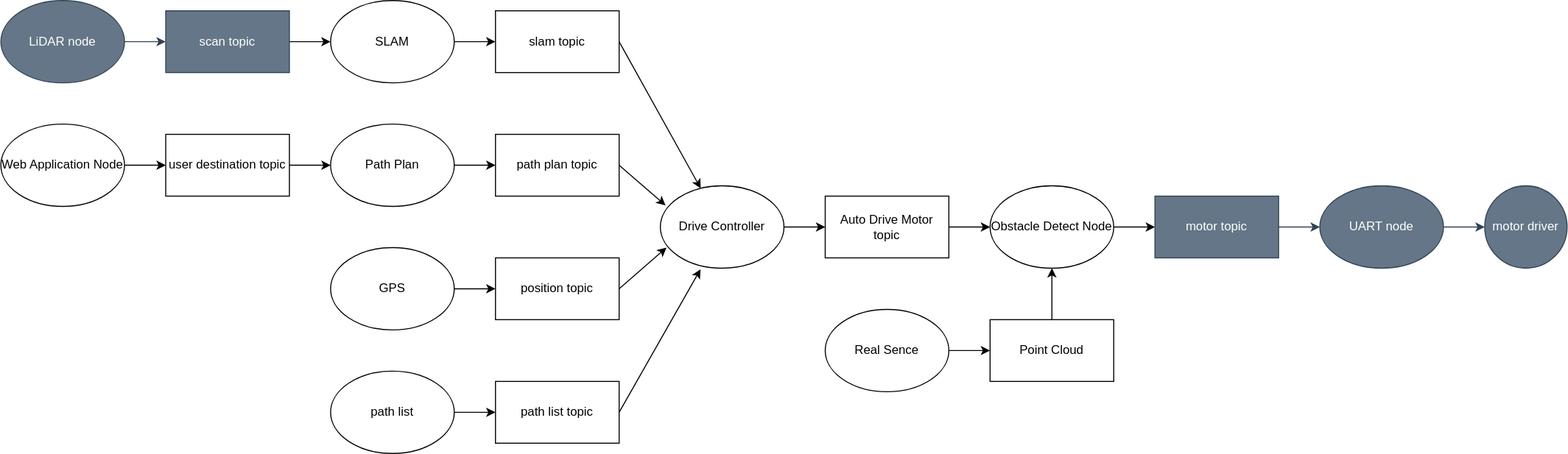
Above: 構成図.drawio.svg in iCCD-MovingBoard/Ugokuita_ws (draw.io), before the change. Source tidied: cells renumbered, new cells last; positions are measured from the earlier drawing's top-left corner, leaving out a move shared by most shapes.
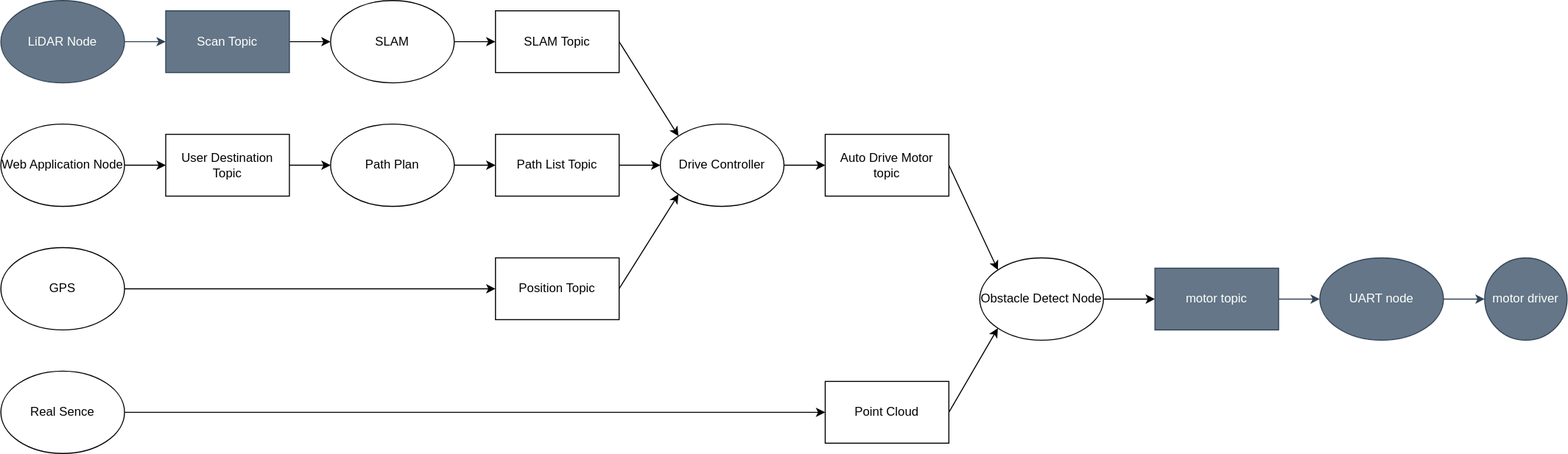
After the commit.

Commit message:
図の表記ゆれとレイアウトの修正

The edit, as a diff of the source:
```diff
@@ -5,7 +5,7 @@
     <mxCell id="2" style="edgeStyle=none;html=1;exitX=1;exitY=0.5;exitDx=0;exitDy=0;entryX=0;entryY=0.5;entryDx=0;entryDy=0;fillColor=#647687;strokeColor=#314354;" parent="1" edge="1" source="3" target="11">
       <mxGeometry relative="1" as="geometry" />
     </mxCell>
-    <mxCell id="3" value="LiDAR node" style="ellipse;whiteSpace=wrap;html=1;fillColor=#647687;strokeColor=#314354;fontColor=#ffffff;" parent="1" vertex="1">
+    <mxCell id="3" value="LiDAR Node" style="ellipse;whiteSpace=wrap;html=1;fillColor=#647687;strokeColor=#314354;fontColor=#ffffff;" parent="1" vertex="1">
       <mxGeometry width="120" height="80" as="geometry" />
     </mxCell>
     <mxCell id="4" style="edgeStyle=none;html=1;exitX=1;exitY=0.5;exitDx=0;exitDy=0;entryX=0;entryY=0.5;entryDx=0;entryDy=0;" parent="1" edge="1" source="5" target="17">
@@ -29,95 +29,83 @@
     <mxCell id="10" style="edgeStyle=none;html=1;exitX=1;exitY=0.5;exitDx=0;exitDy=0;entryX=0;entryY=0.5;entryDx=0;entryDy=0;" parent="1" edge="1" source="11" target="9">
       <mxGeometry relative="1" as="geometry" />
     </mxCell>
-    <mxCell id="11" value="scan topic" style="rounded=0;whiteSpace=wrap;html=1;fillColor=#647687;strokeColor=#314354;fontColor=#ffffff;" parent="1" vertex="1">
+    <mxCell id="11" value="Scan Topic" style="rounded=0;whiteSpace=wrap;html=1;fillColor=#647687;strokeColor=#314354;fontColor=#ffffff;" parent="1" vertex="1">
       <mxGeometry x="160" y="10" width="120" height="60" as="geometry" />
     </mxCell>
     <mxCell id="12" style="edgeStyle=none;html=1;exitX=1;exitY=0.5;exitDx=0;exitDy=0;entryX=0;entryY=0.5;entryDx=0;entryDy=0;" parent="1" edge="1" source="13" target="5">
       <mxGeometry relative="1" as="geometry" />
     </mxCell>
-    <mxCell id="13" value="user destination topic" style="rounded=0;whiteSpace=wrap;html=1;" parent="1" vertex="1">
+    <mxCell id="13" value="User Destination Topic" style="rounded=0;whiteSpace=wrap;html=1;" parent="1" vertex="1">
       <mxGeometry x="160" y="130" width="120" height="60" as="geometry" />
     </mxCell>
-    <mxCell id="14" style="edgeStyle=none;html=1;exitX=1;exitY=0.5;exitDx=0;exitDy=0;" parent="1" edge="1" source="15" target="19">
+    <mxCell id="14" style="edgeStyle=none;html=1;exitX=1;exitY=0.5;exitDx=0;exitDy=0;entryX=0;entryY=0;entryDx=0;entryDy=0;" parent="1" edge="1" source="15" target="19">
       <mxGeometry relative="1" as="geometry" />
     </mxCell>
-    <mxCell id="15" value="slam topic" style="rounded=0;whiteSpace=wrap;html=1;" parent="1" vertex="1">
+    <mxCell id="15" value="SLAM Topic" style="rounded=0;whiteSpace=wrap;html=1;" parent="1" vertex="1">
       <mxGeometry x="480" y="10" width="120" height="60" as="geometry" />
     </mxCell>
-    <mxCell id="16" style="edgeStyle=none;html=1;exitX=1;exitY=0.5;exitDx=0;exitDy=0;entryX=0.042;entryY=0.238;entryDx=0;entryDy=0;entryPerimeter=0;" parent="1" edge="1" source="17" target="19">
+    <mxCell id="16" style="edgeStyle=none;html=1;exitX=1;exitY=0.5;exitDx=0;exitDy=0;entryX=0;entryY=0.5;entryDx=0;entryDy=0;" parent="1" edge="1" source="17" target="19">
       <mxGeometry relative="1" as="geometry" />
     </mxCell>
-    <mxCell id="17" value="path plan topic" style="rounded=0;whiteSpace=wrap;html=1;" parent="1" vertex="1">
+    <mxCell id="17" value="Path List Topic" style="rounded=0;whiteSpace=wrap;html=1;" parent="1" vertex="1">
       <mxGeometry x="480" y="130" width="120" height="60" as="geometry" />
     </mxCell>
     <mxCell id="18" style="edgeStyle=none;html=1;exitX=1;exitY=0.5;exitDx=0;exitDy=0;entryX=0;entryY=0.5;entryDx=0;entryDy=0;" parent="1" edge="1" source="19" target="29">
       <mxGeometry relative="1" as="geometry" />
     </mxCell>
     <mxCell id="19" value="Drive Controller" style="ellipse;whiteSpace=wrap;html=1;" parent="1" vertex="1">
-      <mxGeometry x="640" y="180" width="120" height="80" as="geometry" />
+      <mxGeometry x="640" y="120" width="120" height="80" as="geometry" />
     </mxCell>
-    <mxCell id="20" style="edgeStyle=none;html=1;exitX=1;exitY=0.5;exitDx=0;exitDy=0;entryX=0.05;entryY=0.75;entryDx=0;entryDy=0;entryPerimeter=0;" parent="1" edge="1" source="21" target="19">
+    <mxCell id="20" style="edgeStyle=none;html=1;exitX=1;exitY=0.5;exitDx=0;exitDy=0;entryX=0;entryY=1;entryDx=0;entryDy=0;" parent="1" edge="1" source="21" target="19">
       <mxGeometry relative="1" as="geometry" />
     </mxCell>
-    <mxCell id="21" value="position topic" style="rounded=0;whiteSpace=wrap;html=1;" parent="1" vertex="1">
+    <mxCell id="21" value="Position Topic" style="rounded=0;whiteSpace=wrap;html=1;" parent="1" vertex="1">
       <mxGeometry x="480" y="250" width="120" height="60" as="geometry" />
     </mxCell>
-    <mxCell id="22" style="edgeStyle=none;html=1;exitX=1;exitY=0.5;exitDx=0;exitDy=0;entryX=0.325;entryY=1.013;entryDx=0;entryDy=0;entryPerimeter=0;" parent="1" edge="1" source="23" target="19">
-      <mxGeometry relative="1" as="geometry" />
-    </mxCell>
-    <mxCell id="23" value="path list topic" style="rounded=0;whiteSpace=wrap;html=1;" parent="1" vertex="1">
-      <mxGeometry x="480" y="370" width="120" height="60" as="geometry" />
-    </mxCell>
     <mxCell id="24" style="edgeStyle=none;html=1;exitX=1;exitY=0.5;exitDx=0;exitDy=0;entryX=0;entryY=0.5;entryDx=0;entryDy=0;" parent="1" edge="1" source="25" target="21">
       <mxGeometry relative="1" as="geometry" />
     </mxCell>
     <mxCell id="25" value="GPS" style="ellipse;whiteSpace=wrap;html=1;" parent="1" vertex="1">
-      <mxGeometry x="320" y="240" width="120" height="80" as="geometry" />
+      <mxGeometry y="240" width="120" height="80" as="geometry" />
     </mxCell>
-    <mxCell id="26" style="edgeStyle=none;html=1;exitX=1;exitY=0.5;exitDx=0;exitDy=0;entryX=0;entryY=0.5;entryDx=0;entryDy=0;" parent="1" edge="1" source="27" target="23">
-      <mxGeometry relative="1" as="geometry" />
-    </mxCell>
-    <mxCell id="27" value="path list" style="ellipse;whiteSpace=wrap;html=1;" parent="1" vertex="1">
-      <mxGeometry x="320" y="360" width="120" height="80" as="geometry" />
-    </mxCell>
-    <mxCell id="28" style="edgeStyle=none;html=1;exitX=1;exitY=0.5;exitDx=0;exitDy=0;entryX=0;entryY=0.5;entryDx=0;entryDy=0;" parent="1" edge="1" source="29" target="31">
+    <mxCell id="28" style="edgeStyle=none;html=1;exitX=1;exitY=0.5;exitDx=0;exitDy=0;entryX=0;entryY=0;entryDx=0;entryDy=0;" parent="1" edge="1" source="29" target="31">
       <mxGeometry relative="1" as="geometry" />
     </mxCell>
     <mxCell id="29" value="Auto Drive Motor topic" style="rounded=0;whiteSpace=wrap;html=1;" parent="1" vertex="1">
-      <mxGeometry x="800" y="190" width="120" height="60" as="geometry" />
+      <mxGeometry x="800" y="130" width="120" height="60" as="geometry" />
     </mxCell>
     <mxCell id="30" style="edgeStyle=none;html=1;exitX=1;exitY=0.5;exitDx=0;exitDy=0;entryX=0;entryY=0.5;entryDx=0;entryDy=0;" parent="1" edge="1" source="31" target="37">
       <mxGeometry relative="1" as="geometry" />
     </mxCell>
     <mxCell id="31" value="Obstacle Detect Node" style="ellipse;whiteSpace=wrap;html=1;" parent="1" vertex="1">
-      <mxGeometry x="960" y="180" width="120" height="80" as="geometry" />
+      <mxGeometry x="950" y="250" width="120" height="80" as="geometry" />
     </mxCell>
-    <mxCell id="32" style="edgeStyle=none;html=1;exitX=0.5;exitY=0;exitDx=0;exitDy=0;entryX=0.5;entryY=1;entryDx=0;entryDy=0;" parent="1" edge="1" source="33" target="31">
+    <mxCell id="32" style="edgeStyle=none;html=1;exitX=1;exitY=0.5;exitDx=0;exitDy=0;entryX=0;entryY=1;entryDx=0;entryDy=0;" parent="1" edge="1" source="33" target="31">
       <mxGeometry relative="1" as="geometry" />
     </mxCell>
     <mxCell id="33" value="Point Cloud" style="rounded=0;whiteSpace=wrap;html=1;" parent="1" vertex="1">
-      <mxGeometry x="960" y="310" width="120" height="60" as="geometry" />
+      <mxGeometry x="800" y="370" width="120" height="60" as="geometry" />
     </mxCell>
     <mxCell id="34" style="edgeStyle=none;html=1;exitX=1;exitY=0.5;exitDx=0;exitDy=0;entryX=0;entryY=0.5;entryDx=0;entryDy=0;" parent="1" edge="1" source="35" target="33">
       <mxGeometry relative="1" as="geometry" />
     </mxCell>
     <mxCell id="35" value="Real Sence" style="ellipse;whiteSpace=wrap;html=1;" parent="1" vertex="1">
-      <mxGeometry x="800" y="300" width="120" height="80" as="geometry" />
+      <mxGeometry y="360" width="120" height="80" as="geometry" />
     </mxCell>
     <mxCell id="36" style="edgeStyle=none;html=1;exitX=1;exitY=0.5;exitDx=0;exitDy=0;entryX=0;entryY=0.5;entryDx=0;entryDy=0;fillColor=#647687;strokeColor=#314354;" parent="1" edge="1" source="37" target="39">
       <mxGeometry relative="1" as="geometry" />
     </mxCell>
     <mxCell id="37" value="motor topic" style="rounded=0;whiteSpace=wrap;html=1;fillColor=#647687;fontColor=#ffffff;strokeColor=#314354;" parent="1" vertex="1">
-      <mxGeometry x="1120" y="190" width="120" height="60" as="geometry" />
+      <mxGeometry x="1120" y="260" width="120" height="60" as="geometry" />
     </mxCell>
     <mxCell id="38" style="edgeStyle=none;html=1;exitX=1;exitY=0.5;exitDx=0;exitDy=0;entryX=0;entryY=0.5;entryDx=0;entryDy=0;fillColor=#647687;strokeColor=#314354;" parent="1" edge="1" source="39" target="40">
       <mxGeometry relative="1" as="geometry" />
     </mxCell>
     <mxCell id="39" value="UART node" style="ellipse;whiteSpace=wrap;html=1;fillColor=#647687;fontColor=#ffffff;strokeColor=#314354;" parent="1" vertex="1">
-      <mxGeometry x="1280" y="180" width="120" height="80" as="geometry" />
+      <mxGeometry x="1280" y="250" width="120" height="80" as="geometry" />
     </mxCell>
     <mxCell id="40" value="motor driver" style="ellipse;whiteSpace=wrap;html=1;fillColor=#647687;fontColor=#ffffff;strokeColor=#314354;" parent="1" vertex="1">
-      <mxGeometry x="1440" y="180" width="80" height="80" as="geometry" />
+      <mxGeometry x="1440" y="250" width="80" height="80" as="geometry" />
     </mxCell>
   </root>
 </mxGraphModel>
```
